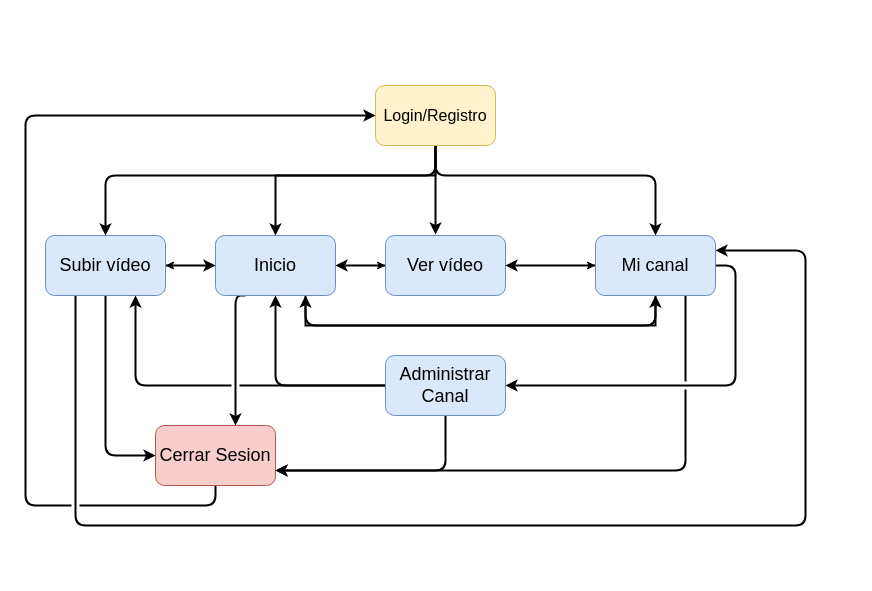
Before: Proyecto/Documentacion/Esquema Navegacion.drawio in Victor-martinelli/TADEPD, a draw.io diagram. Source tidied: cells renumbered, new cells numbered last; positions are measured from the earlier drawing's top-left corner, leaving out a move shared by most shapes. Both pictures are drawn from the tidied source at 100%, with x=0, y=0 at pixel (25, 85).
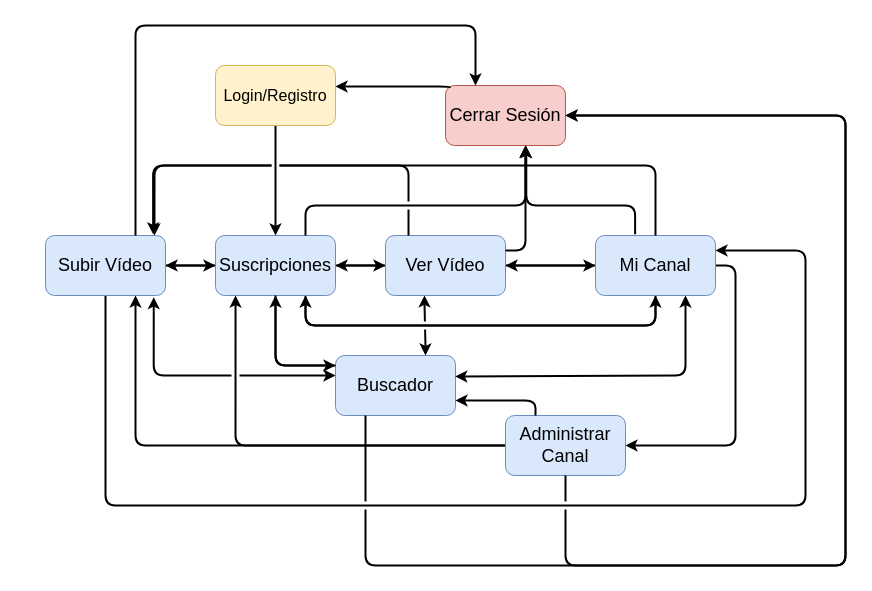
After the change.

What changed in the source:
```diff
@@
-    <mxCell id="2" style="edgeStyle=orthogonalEdgeStyle;rounded=0;comic=0;jettySize=auto;html=1;exitX=0.5;exitY=1;exitDx=0;exitDy=0;fontSize=16;strokeWidth=2;jumpStyle=gap;" parent="1" edge="1" source="6" target="11">
+    <mxCell id="2" style="edgeStyle=orthogonalEdgeStyle;rounded=1;comic=0;jettySize=auto;html=1;exitX=0.5;exitY=1;exitDx=0;exitDy=0;fontSize=16;strokeWidth=2;jumpStyle=gap;" parent="1" edge="1" source="6" target="11">
       <mxGeometry relative="1" as="geometry">
         <Array as="points">
-          <mxPoint x="410" y="90" />
+          <mxPoint x="250" y="90" />
           <mxPoint x="250" y="90" />
         </Array>
       </mxGeometry>
     </mxCell>
-    <mxCell id="3" style="edgeStyle=orthogonalEdgeStyle;rounded=1;comic=0;jettySize=auto;html=1;exitX=0.5;exitY=1;exitDx=0;exitDy=0;entryX=0.5;entryY=0;entryDx=0;entryDy=0;fontSize=16;strokeWidth=2;jumpStyle=gap;" parent="1" edge="1" source="6" target="23">
-      <mxGeometry relative="1" as="geometry">
-        <Array as="points">
-          <mxPoint x="410" y="90" />
-          <mxPoint x="630" y="90" />
-        </Array>
-      </mxGeometry>
-    </mxCell>
-    <mxCell id="4" style="edgeStyle=orthogonalEdgeStyle;rounded=1;comic=0;jettySize=auto;html=1;exitX=0.5;exitY=1;exitDx=0;exitDy=0;entryX=0.417;entryY=-0.017;entryDx=0;entryDy=0;entryPerimeter=0;fontSize=16;strokeWidth=2;jumpStyle=gap;" parent="1" edge="1" source="6" target="14">
-      <mxGeometry relative="1" as="geometry" />
-    </mxCell>
-    <mxCell id="5" style="edgeStyle=orthogonalEdgeStyle;rounded=1;comic=0;jettySize=auto;html=1;exitX=0.5;exitY=1;exitDx=0;exitDy=0;entryX=0.5;entryY=0;entryDx=0;entryDy=0;fontSize=16;strokeWidth=2;jumpStyle=gap;" parent="1" edge="1" source="6" target="18">
-      <mxGeometry relative="1" as="geometry">
-        <Array as="points">
-          <mxPoint x="410" y="90" />
-          <mxPoint x="80" y="90" />
-        </Array>
-      </mxGeometry>
-    </mxCell>
     <mxCell id="6" value="Login/Registro" style="rounded=1;whiteSpace=wrap;html=1;fontSize=16;fillColor=#fff2cc;strokeColor=#d6b656;" parent="1" vertex="1">
-      <mxGeometry x="350" width="120" height="60" as="geometry" />
+      <mxGeometry x="190" y="-20" width="120" height="60" as="geometry" />
     </mxCell>
-    <mxCell id="7" style="edgeStyle=orthogonalEdgeStyle;rounded=0;comic=0;jettySize=auto;html=1;exitX=0;exitY=0.5;exitDx=0;exitDy=0;fontSize=16;" parent="1" edge="1" source="11" target="18">
+    <mxCell id="7" style="edgeStyle=orthogonalEdgeStyle;comic=0;jettySize=auto;html=1;exitX=0;exitY=0.5;exitDx=0;exitDy=0;fontSize=16;curved=1;strokeWidth=2;" parent="1" edge="1" source="11" target="18">
       <mxGeometry relative="1" as="geometry" />
     </mxCell>
-    <mxCell id="8" style="edgeStyle=orthogonalEdgeStyle;rounded=0;comic=0;jettySize=auto;html=1;exitX=1;exitY=0.5;exitDx=0;exitDy=0;entryX=0;entryY=0.5;entryDx=0;entryDy=0;fontSize=16;" parent="1" edge="1" source="11" target="14">
+    <mxCell id="8" style="edgeStyle=orthogonalEdgeStyle;rounded=1;comic=0;jettySize=auto;html=1;exitX=1;exitY=0.5;exitDx=0;exitDy=0;entryX=0;entryY=0.5;entryDx=0;entryDy=0;fontSize=16;strokeWidth=2;" parent="1" edge="1" source="11" target="14">
       <mxGeometry relative="1" as="geometry" />
     </mxCell>
-    <mxCell id="9" style="edgeStyle=orthogonalEdgeStyle;rounded=0;comic=0;jettySize=auto;html=1;exitX=0.75;exitY=1;exitDx=0;exitDy=0;entryX=0.5;entryY=1;entryDx=0;entryDy=0;fontSize=16;strokeWidth=2;jumpStyle=gap;" parent="1" edge="1" source="11" target="23">
+    <mxCell id="9" style="edgeStyle=orthogonalEdgeStyle;rounded=1;comic=0;jettySize=auto;html=1;exitX=0.75;exitY=1;exitDx=0;exitDy=0;entryX=0.5;entryY=1;entryDx=0;entryDy=0;fontSize=16;strokeWidth=2;jumpStyle=gap;" parent="1" edge="1" source="11" target="23">
       <mxGeometry relative="1" as="geometry">
         <Array as="points">
           <mxPoint x="280" y="240" />
           <mxPoint x="630" y="240" />
         </Array>
       </mxGeometry>
     </mxCell>
-    <mxCell id="10" style="edgeStyle=orthogonalEdgeStyle;rounded=1;comic=0;jettySize=auto;html=1;exitX=0.25;exitY=1;exitDx=0;exitDy=0;fontSize=16;strokeWidth=2;" parent="1" edge="1" source="11" target="25">
-      <mxGeometry relative="1" as="geometry">
-        <Array as="points">
-          <mxPoint x="210" y="210" />
-        </Array>
-      </mxGeometry>
-    </mxCell>
-    <mxCell id="11" value="Inicio" style="rounded=1;whiteSpace=wrap;html=1;fontSize=18;fillColor=#dae8fc;strokeColor=#6c8ebf;" parent="1" vertex="1">
+    <mxCell id="11" value="Suscripciones" style="rounded=1;whiteSpace=wrap;html=1;fontSize=18;fillColor=#dae8fc;strokeColor=#6c8ebf;" parent="1" vertex="1">
       <mxGeometry x="190" y="150" width="120" height="60" as="geometry" />
     </mxCell>
     <mxCell id="12" style="edgeStyle=orthogonalEdgeStyle;rounded=1;comic=0;jettySize=auto;html=1;exitX=0;exitY=0.5;exitDx=0;exitDy=0;fontSize=16;strokeWidth=2;" parent="1" edge="1" source="14">
       <mxGeometry relative="1" as="geometry">
         <mxPoint x="310" y="180" as="targetPoint" />
+        <Array as="points">
+          <mxPoint x="340" y="180" />
+          <mxPoint x="340" y="180" />
+        </Array>
       </mxGeometry>
     </mxCell>
-    <mxCell id="13" style="edgeStyle=orthogonalEdgeStyle;rounded=0;comic=0;jettySize=auto;html=1;exitX=1;exitY=0.5;exitDx=0;exitDy=0;entryX=0;entryY=0.5;entryDx=0;entryDy=0;fontSize=16;" parent="1" edge="1" source="14" target="23">
+    <mxCell id="13" style="edgeStyle=orthogonalEdgeStyle;rounded=1;comic=0;jettySize=auto;html=1;exitX=1;exitY=0.5;exitDx=0;exitDy=0;entryX=0;entryY=0.5;entryDx=0;entryDy=0;fontSize=16;strokeWidth=2;" parent="1" edge="1" source="14" target="23">
       <mxGeometry relative="1" as="geometry" />
     </mxCell>
-    <mxCell id="14" value="Ver vídeo" style="rounded=1;whiteSpace=wrap;html=1;fontSize=18;fillColor=#dae8fc;strokeColor=#6c8ebf;" parent="1" vertex="1">
+    <mxCell id="14" value="Ver Vídeo" style="rounded=1;whiteSpace=wrap;html=1;fontSize=18;fillColor=#dae8fc;strokeColor=#6c8ebf;" parent="1" vertex="1">
       <mxGeometry x="360" y="150" width="120" height="60" as="geometry" />
     </mxCell>
     <mxCell id="15" style="edgeStyle=orthogonalEdgeStyle;rounded=1;comic=0;jettySize=auto;html=1;exitX=1;exitY=0.5;exitDx=0;exitDy=0;entryX=0;entryY=0.5;entryDx=0;entryDy=0;fontSize=16;strokeWidth=2;jumpStyle=gap;" parent="1" edge="1" source="18" target="11">
-      <mxGeometry relative="1" as="geometry" />
+      <mxGeometry relative="1" as="geometry">
+        <Array as="points">
+          <mxPoint x="170" y="180" />
+          <mxPoint x="170" y="180" />
+        </Array>
+      </mxGeometry>
     </mxCell>
-    <mxCell id="16" style="edgeStyle=orthogonalEdgeStyle;rounded=1;comic=0;jettySize=auto;html=1;exitX=0.5;exitY=1;exitDx=0;exitDy=0;entryX=0;entryY=0.5;entryDx=0;entryDy=0;fontSize=16;strokeWidth=2;jumpStyle=gap;" parent="1" edge="1" source="18" target="25">
-      <mxGeometry relative="1" as="geometry" />
-    </mxCell>
-    <mxCell id="17" style="edgeStyle=orthogonalEdgeStyle;rounded=1;comic=0;jettySize=auto;html=1;exitX=0.25;exitY=1;exitDx=0;exitDy=0;entryX=1;entryY=0.25;entryDx=0;entryDy=0;fontSize=16;strokeWidth=2;jumpStyle=gap;" parent="1" edge="1" source="18" target="23">
+    <mxCell id="17" style="edgeStyle=orthogonalEdgeStyle;rounded=1;comic=0;jettySize=auto;html=1;exitX=0.5;exitY=1;exitDx=0;exitDy=0;entryX=1;entryY=0.25;entryDx=0;entryDy=0;fontSize=16;strokeWidth=2;jumpStyle=gap;" parent="1" edge="1" source="18" target="23">
       <mxGeometry relative="1" as="geometry">
         <Array as="points">
-          <mxPoint x="50" y="440" />
-          <mxPoint x="780" y="440" />
+          <mxPoint x="80" y="420" />
+          <mxPoint x="780" y="420" />
           <mxPoint x="780" y="165" />
         </Array>
       </mxGeometry>
     </mxCell>
-    <mxCell id="18" value="Subir vídeo" style="rounded=1;whiteSpace=wrap;html=1;fontSize=18;fillColor=#dae8fc;strokeColor=#6c8ebf;" parent="1" vertex="1">
+    <mxCell id="18" value="Subir Vídeo" style="rounded=1;whiteSpace=wrap;html=1;fontSize=18;fillColor=#dae8fc;strokeColor=#6c8ebf;" parent="1" vertex="1">
       <mxGeometry x="20" y="150" width="120" height="60" as="geometry" />
     </mxCell>
     <mxCell id="19" style="edgeStyle=orthogonalEdgeStyle;rounded=1;comic=0;jettySize=auto;html=1;exitX=0;exitY=0.5;exitDx=0;exitDy=0;fontSize=16;strokeWidth=2;" parent="1" edge="1" source="23" target="14">
-      <mxGeometry relative="1" as="geometry" />
+      <mxGeometry relative="1" as="geometry">
+        <Array as="points">
+          <mxPoint x="520" y="180" />
+          <mxPoint x="520" y="180" />
+        </Array>
+      </mxGeometry>
     </mxCell>
@@
-    <mxCell id="22" style="edgeStyle=orthogonalEdgeStyle;rounded=1;comic=0;jettySize=auto;html=1;exitX=0.75;exitY=1;exitDx=0;exitDy=0;entryX=1;entryY=0.75;entryDx=0;entryDy=0;fontSize=16;strokeWidth=2;jumpStyle=gap;" parent="1" edge="1" source="23" target="25">
-      <mxGeometry relative="1" as="geometry" />
-    </mxCell>
-    <mxCell id="23" value="Mi canal" style="rounded=1;whiteSpace=wrap;html=1;fontSize=18;fillColor=#dae8fc;strokeColor=#6c8ebf;" parent="1" vertex="1">
+    <mxCell id="23" value="Mi Canal" style="rounded=1;whiteSpace=wrap;html=1;fontSize=18;fillColor=#dae8fc;strokeColor=#6c8ebf;" parent="1" vertex="1">
       <mxGeometry x="570" y="150" width="120" height="60" as="geometry" />
     </mxCell>
-    <mxCell id="24" style="edgeStyle=orthogonalEdgeStyle;rounded=1;comic=0;jettySize=auto;html=1;exitX=0.5;exitY=1;exitDx=0;exitDy=0;fontSize=16;strokeWidth=2;jumpStyle=gap;entryX=0;entryY=0.5;entryDx=0;entryDy=0;" parent="1" edge="1" source="25" target="6">
-      <mxGeometry relative="1" as="geometry">
-        <Array as="points">
-          <mxPoint x="190" y="420" />
-          <mxPoint y="420" />
-          <mxPoint y="30" />
-        </Array>
-      </mxGeometry>
-    </mxCell>
-    <mxCell id="25" value="Cerrar Sesion&lt;br&gt;" style="rounded=1;whiteSpace=wrap;html=1;fontSize=18;fillColor=#f8cecc;strokeColor=#b85450;" parent="1" vertex="1">
-      <mxGeometry x="130" y="340" width="120" height="60" as="geometry" />
+    <mxCell id="25" value="Cerrar Sesión&lt;br&gt;" style="rounded=1;whiteSpace=wrap;html=1;fontSize=18;fillColor=#f8cecc;strokeColor=#b85450;" parent="1" vertex="1">
+      <mxGeometry x="420" width="120" height="60" as="geometry" />
     </mxCell>
-    <mxCell id="26" style="edgeStyle=orthogonalEdgeStyle;rounded=1;comic=0;jettySize=auto;html=1;exitX=0;exitY=0.5;exitDx=0;exitDy=0;entryX=0.5;entryY=1;entryDx=0;entryDy=0;fontSize=16;strokeWidth=2;jumpStyle=gap;" parent="1" edge="1" source="29" target="11">
+    <mxCell id="26" style="edgeStyle=orthogonalEdgeStyle;rounded=1;comic=0;jettySize=auto;html=1;exitX=0;exitY=0.5;exitDx=0;exitDy=0;fontSize=16;strokeWidth=2;jumpStyle=gap;entryX=0.167;entryY=1;entryDx=0;entryDy=0;entryPerimeter=0;" parent="1" edge="1" source="29" target="11">
       <mxGeometry relative="1" as="geometry">
         <Array as="points">
-          <mxPoint x="330" y="300" />
-          <mxPoint x="250" y="300" />
+          <mxPoint x="210" y="360" />
         </Array>
       </mxGeometry>
     </mxCell>
     <mxCell id="27" style="edgeStyle=orthogonalEdgeStyle;rounded=1;comic=0;jettySize=auto;html=1;exitX=0;exitY=0.5;exitDx=0;exitDy=0;entryX=0.75;entryY=1;entryDx=0;entryDy=0;fontSize=16;strokeWidth=2;jumpStyle=gap;" parent="1" edge="1" source="29" target="18">
       <mxGeometry relative="1" as="geometry">
         <Array as="points">
-          <mxPoint x="110" y="300" />
+          <mxPoint x="110" y="360" />
         </Array>
       </mxGeometry>
     </mxCell>
+    <mxCell id="29" value="Administrar Canal" style="rounded=1;whiteSpace=wrap;html=1;fontSize=18;fillColor=#dae8fc;strokeColor=#6c8ebf;" parent="1" vertex="1">
+      <mxGeometry x="480" y="330" width="120" height="60" as="geometry" />
+    </mxCell>
+    <mxCell id="30" style="edgeStyle=orthogonalEdgeStyle;rounded=1;comic=0;jettySize=auto;html=1;fontSize=16;strokeWidth=2;jumpStyle=gap;exitX=0.036;exitY=0.04;exitDx=0;exitDy=0;exitPerimeter=0;" parent="1" edge="1" source="25">
+      <mxGeometry relative="1" as="geometry">
+        <mxPoint x="310" y="1" as="targetPoint" />
+        <Array as="points">
+          <mxPoint x="424" y="1" />
+        </Array>
+      </mxGeometry>
+    </mxCell>
+    <mxCell id="31" style="edgeStyle=orthogonalEdgeStyle;rounded=1;comic=0;jettySize=auto;html=1;exitX=1;exitY=0.25;exitDx=0;exitDy=0;fontSize=16;strokeWidth=2;" parent="1" edge="1" source="14">
+      <mxGeometry relative="1" as="geometry">
+        <mxPoint x="500" y="60" as="targetPoint" />
+        <Array as="points">
+          <mxPoint x="500" y="165" />
+          <mxPoint x="500" y="60" />
+        </Array>
+      </mxGeometry>
+    </mxCell>
+    <mxCell id="22" style="edgeStyle=orthogonalEdgeStyle;rounded=1;comic=0;jettySize=auto;html=1;exitX=0.33;exitY=-0.02;exitDx=0;exitDy=0;fontSize=16;strokeWidth=2;entryX=0.673;entryY=1.01;entryDx=0;entryDy=0;exitPerimeter=0;entryPerimeter=0;" parent="1" edge="1" source="23" target="25">
+      <mxGeometry relative="1" as="geometry">
+        <Array as="points">
+          <mxPoint x="610" y="120" />
+          <mxPoint x="501" y="120" />
+        </Array>
+      </mxGeometry>
+    </mxCell>
+    <mxCell id="16" style="edgeStyle=orthogonalEdgeStyle;rounded=1;comic=0;jettySize=auto;html=1;exitX=0.75;exitY=0;exitDx=0;exitDy=0;fontSize=16;strokeWidth=2;entryX=0.25;entryY=0;entryDx=0;entryDy=0;" parent="1" edge="1" source="18" target="25">
+      <mxGeometry relative="1" as="geometry">
+        <Array as="points">
+          <mxPoint x="110" y="-60" />
+          <mxPoint x="450" y="-60" />
+        </Array>
+      </mxGeometry>
+    </mxCell>
+    <mxCell id="32" style="edgeStyle=orthogonalEdgeStyle;rounded=1;comic=0;jettySize=auto;html=1;exitX=0.75;exitY=0;exitDx=0;exitDy=0;fontSize=16;strokeWidth=2;" parent="1" edge="1" source="11">
+      <mxGeometry relative="1" as="geometry">
+        <mxPoint x="500" y="60" as="targetPoint" />
+        <Array as="points">
+          <mxPoint x="280" y="120" />
+          <mxPoint x="500" y="120" />
+          <mxPoint x="500" y="60" />
+        </Array>
+      </mxGeometry>
+    </mxCell>
-    <mxCell id="28" style="edgeStyle=orthogonalEdgeStyle;rounded=1;comic=0;jettySize=auto;html=1;exitX=0.5;exitY=1;exitDx=0;exitDy=0;entryX=1;entryY=0.75;entryDx=0;entryDy=0;fontSize=16;strokeWidth=2;jumpStyle=gap;" parent="1" edge="1" source="29" target="25">
-      <mxGeometry relative="1" as="geometry" />
+    <mxCell id="28" style="edgeStyle=orthogonalEdgeStyle;rounded=1;comic=0;jettySize=auto;html=1;fontSize=16;strokeWidth=2;entryX=1;entryY=0.5;entryDx=0;entryDy=0;jumpStyle=gap;" parent="1" edge="1" source="29" target="25">
+      <mxGeometry relative="1" as="geometry">
+        <Array as="points">
+          <mxPoint x="540" y="480" />
+          <mxPoint x="820" y="480" />
+          <mxPoint x="820" y="30" />
+        </Array>
+      </mxGeometry>
     </mxCell>
-    <mxCell id="29" value="Administrar Canal" style="rounded=1;whiteSpace=wrap;html=1;fontSize=18;fillColor=#dae8fc;strokeColor=#6c8ebf;" parent="1" vertex="1">
-      <mxGeometry x="360" y="270" width="120" height="60" as="geometry" />
-    </mxCell>
+    <mxCell id="33" value="Buscador" style="rounded=1;whiteSpace=wrap;html=1;fontSize=18;fillColor=#dae8fc;strokeColor=#6c8ebf;" parent="1" vertex="1">
+      <mxGeometry x="310" y="270" width="120" height="60" as="geometry" />
+    </mxCell>
+    <mxCell id="34" style="edgeStyle=orthogonalEdgeStyle;rounded=1;comic=0;jettySize=auto;html=1;exitX=0.75;exitY=0;exitDx=0;exitDy=0;fontSize=16;strokeWidth=2;jumpStyle=gap;entryX=0.325;entryY=0.998;entryDx=0;entryDy=0;entryPerimeter=0;startArrow=classic;startFill=1;" parent="1" edge="1" source="33" target="14">
+      <mxGeometry relative="1" as="geometry">
+        <Array as="points">
+          <mxPoint x="400" y="220" />
+        </Array>
+      </mxGeometry>
+    </mxCell>
+    <mxCell id="35" style="edgeStyle=orthogonalEdgeStyle;rounded=1;comic=0;jettySize=auto;html=1;fontSize=16;strokeWidth=2;jumpStyle=gap;entryX=0.5;entryY=1;entryDx=0;entryDy=0;" parent="1" edge="1" target="11">
+      <mxGeometry relative="1" as="geometry">
+        <mxPoint x="310" y="280" as="sourcePoint" />
+        <Array as="points">
+          <mxPoint x="310" y="280" />
+          <mxPoint x="250" y="280" />
+        </Array>
+      </mxGeometry>
+    </mxCell>
+    <mxCell id="36" style="edgeStyle=orthogonalEdgeStyle;rounded=1;comic=0;jettySize=auto;html=1;fontSize=16;strokeWidth=2;jumpStyle=gap;entryX=0.75;entryY=1;entryDx=0;entryDy=0;startArrow=classic;startFill=1;exitX=0.998;exitY=0.35;exitDx=0;exitDy=0;exitPerimeter=0;" parent="1" edge="1" source="33" target="23">
+      <mxGeometry relative="1" as="geometry">
+        <Array as="points">
+          <mxPoint x="440" y="291" />
+          <mxPoint x="440" y="290" />
+          <mxPoint x="660" y="290" />
+        </Array>
+      </mxGeometry>
+    </mxCell>
+    <mxCell id="37" style="edgeStyle=orthogonalEdgeStyle;rounded=1;comic=0;orthogonalLoop=1;jettySize=auto;html=1;fontSize=16;strokeWidth=2;jumpStyle=gap;" parent="1" edge="1">
+      <mxGeometry relative="1" as="geometry">
+        <mxPoint x="250" y="210" as="sourcePoint" />
+        <mxPoint x="310" y="280" as="targetPoint" />
+        <Array as="points">
+          <mxPoint x="250" y="280" />
+        </Array>
+      </mxGeometry>
+    </mxCell>
+    <mxCell id="38" style="edgeStyle=orthogonalEdgeStyle;rounded=1;comic=0;jettySize=auto;html=1;fontSize=16;strokeWidth=2;jumpStyle=gap;exitX=0.902;exitY=1.027;exitDx=0;exitDy=0;startArrow=classic;startFill=1;exitPerimeter=0;" parent="1" edge="1" source="18">
+      <mxGeometry relative="1" as="geometry">
+        <mxPoint x="310" y="290" as="targetPoint" />
+        <Array as="points">
+          <mxPoint x="128" y="290" />
+        </Array>
+      </mxGeometry>
+    </mxCell>
+    <mxCell id="39" style="edgeStyle=orthogonalEdgeStyle;rounded=1;comic=0;jettySize=auto;html=1;exitX=0.25;exitY=0;exitDx=0;exitDy=0;fontSize=16;strokeWidth=2;jumpStyle=gap;entryX=1;entryY=0.75;entryDx=0;entryDy=0;" parent="1" edge="1" source="29" target="33">
+      <mxGeometry relative="1" as="geometry">
+        <Array as="points">
+          <mxPoint x="510" y="315" />
+        </Array>
+      </mxGeometry>
+    </mxCell>
+    <mxCell id="40" style="edgeStyle=orthogonalEdgeStyle;rounded=1;comic=0;jettySize=auto;html=1;exitX=0.25;exitY=1;exitDx=0;exitDy=0;entryX=1;entryY=0.5;entryDx=0;entryDy=0;fontSize=16;strokeWidth=2;jumpStyle=gap;" parent="1" edge="1" source="33" target="25">
+      <mxGeometry relative="1" as="geometry">
+        <Array as="points">
+          <mxPoint x="340" y="480" />
+          <mxPoint x="820" y="480" />
+          <mxPoint x="820" y="30" />
+        </Array>
+      </mxGeometry>
+    </mxCell>
+    <mxCell id="41" style="edgeStyle=orthogonalEdgeStyle;rounded=1;comic=0;orthogonalLoop=1;jettySize=auto;html=1;fontSize=16;strokeWidth=2;jumpStyle=gap;" parent="1" edge="1">
+      <mxGeometry relative="1" as="geometry">
+        <mxPoint x="383" y="150" as="sourcePoint" />
+        <mxPoint x="129" y="150" as="targetPoint" />
+        <Array as="points">
+          <mxPoint x="383" y="80" />
+          <mxPoint x="129" y="80" />
+        </Array>
+      </mxGeometry>
+    </mxCell>
+    <mxCell id="42" style="edgeStyle=orthogonalEdgeStyle;rounded=1;comic=0;jettySize=auto;html=1;fontSize=16;strokeWidth=2;jumpStyle=gap;exitX=0.5;exitY=0;exitDx=0;exitDy=0;entryX=0.897;entryY=-0.019;entryDx=0;entryDy=0;entryPerimeter=0;" parent="1" edge="1" source="23" target="18">
+      <mxGeometry relative="1" as="geometry">
+        <Array as="points">
+          <mxPoint x="630" y="80" />
+          <mxPoint x="128" y="80" />
+        </Array>
+      </mxGeometry>
+    </mxCell>
```
